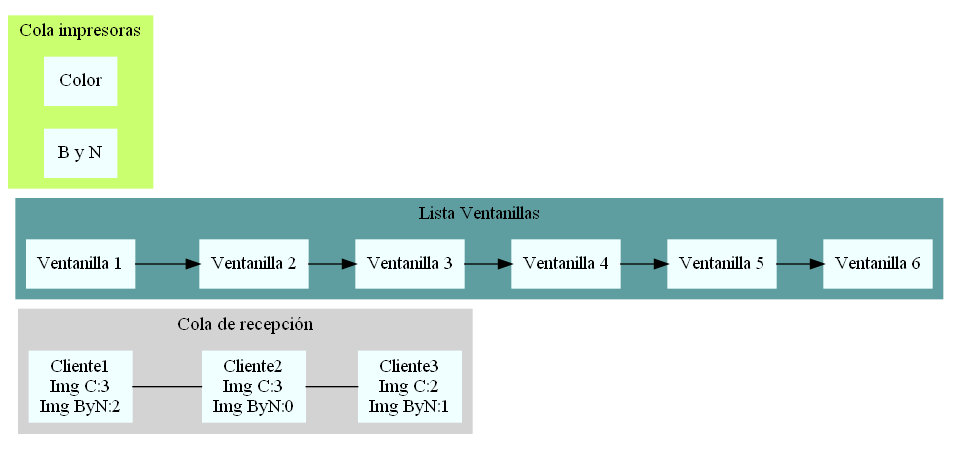
LuisaMariaO/EDD_UDRAWING_FASE_202003381 keeps this Graphviz diagram as EddFase1/Reportes/Memoria.png. Above is the earlier version. Its source is kept beside it as EddFase1/Reportes/Memoria.dot.
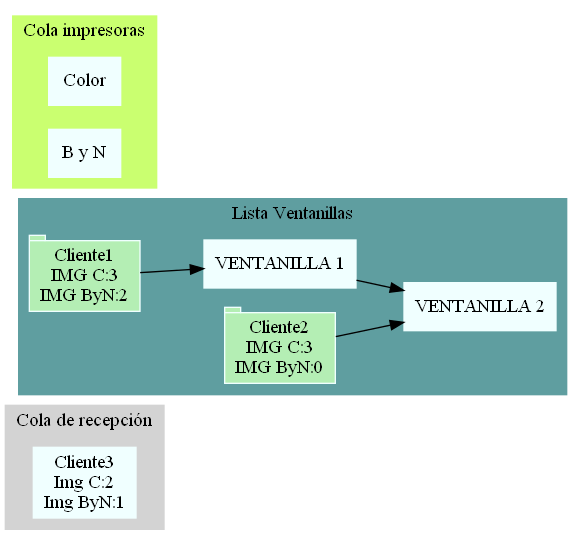
Above is the later version.

Diff of the diagram source:
```diff
@@ -6,33 +6,25 @@
   edge [
     arrowhead="none"
   ];
-Cliente644117698[label="Cliente1
-Img C:3
-Img ByN:2"]
-Cliente1872034366[label="Cliente2
-Img C:3
-Img ByN:0"]
-Cliente1581781576[label="Cliente3
+Cliente1872034366[label="Cliente3
 Img C:2
 Img ByN:1"]
-Cliente644117698 -> Cliente1872034366
-Cliente1872034366 -> Cliente1581781576
 label="Cola de recepción";
 }
 subgraph cluster_1{
 style=filled
 color=cadetblue;
-Ventanilla1725154839[label="Ventanilla 1"]
-Ventanilla1670675563[label="Ventanilla 2"]
-Ventanilla723074861[label="Ventanilla 3"]
-Ventanilla895328852[label="Ventanilla 4"]
-Ventanilla1304836502[label="Ventanilla 5"]
-Ventanilla225534817[label="Ventanilla 6"]
-Ventanilla1725154839 -> Ventanilla1670675563
-Ventanilla1670675563 -> Ventanilla723074861
-Ventanilla723074861 -> Ventanilla895328852
-Ventanilla895328852 -> Ventanilla1304836502
-Ventanilla1304836502 -> Ventanilla225534817
+Ventanilla1581781576[label="VENTANILLA 1"]
+ClienteV1725154839[shape=tab fillcolor=darkseagreen2 label="Cliente1
+IMG C:3
+IMG ByN:2"]
+Ventanilla1670675563[label="VENTANILLA 2"]
+ClienteV644117698[shape=tab fillcolor=darkseagreen2 label="Cliente2
+IMG C:3
+IMG ByN:0"]
+ClienteV1725154839 -> Ventanilla1581781576
+Ventanilla1581781576 -> Ventanilla1670675563
+ClienteV644117698 -> Ventanilla1670675563
 label="Lista Ventanillas";
 }
 subgraph cluster_2{
@@ -41,8 +33,8 @@
   edge [
     arrowhead="none"
   ];
-Impresora1878246837[label="Color"]
-Impresora929338653[label="B y N"]
+Impresora723074861[label="Color"]
+Impresora895328852[label="B y N"]
 label="Cola impresoras";
 }
 rankdir=LR;
```
